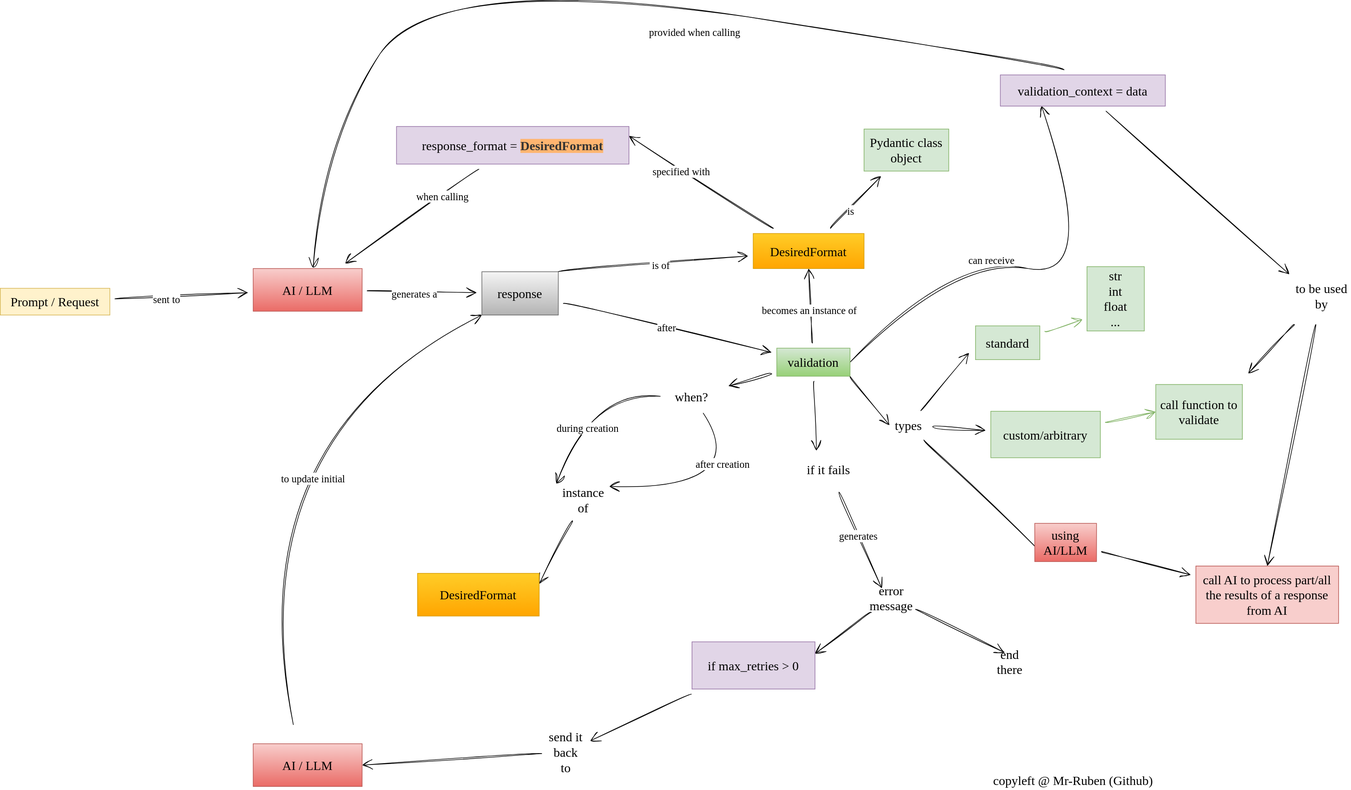
This is Instructor_Python_library_with_Pydantic_and_OpenAI.drawio.svg from Mr-Ruben/public, a draw.io export, as it was before one commit. Source tidied: cells renumbered, new cells last; positions are measured from the earlier drawing's top-left corner, leaving out a move shared by most shapes.
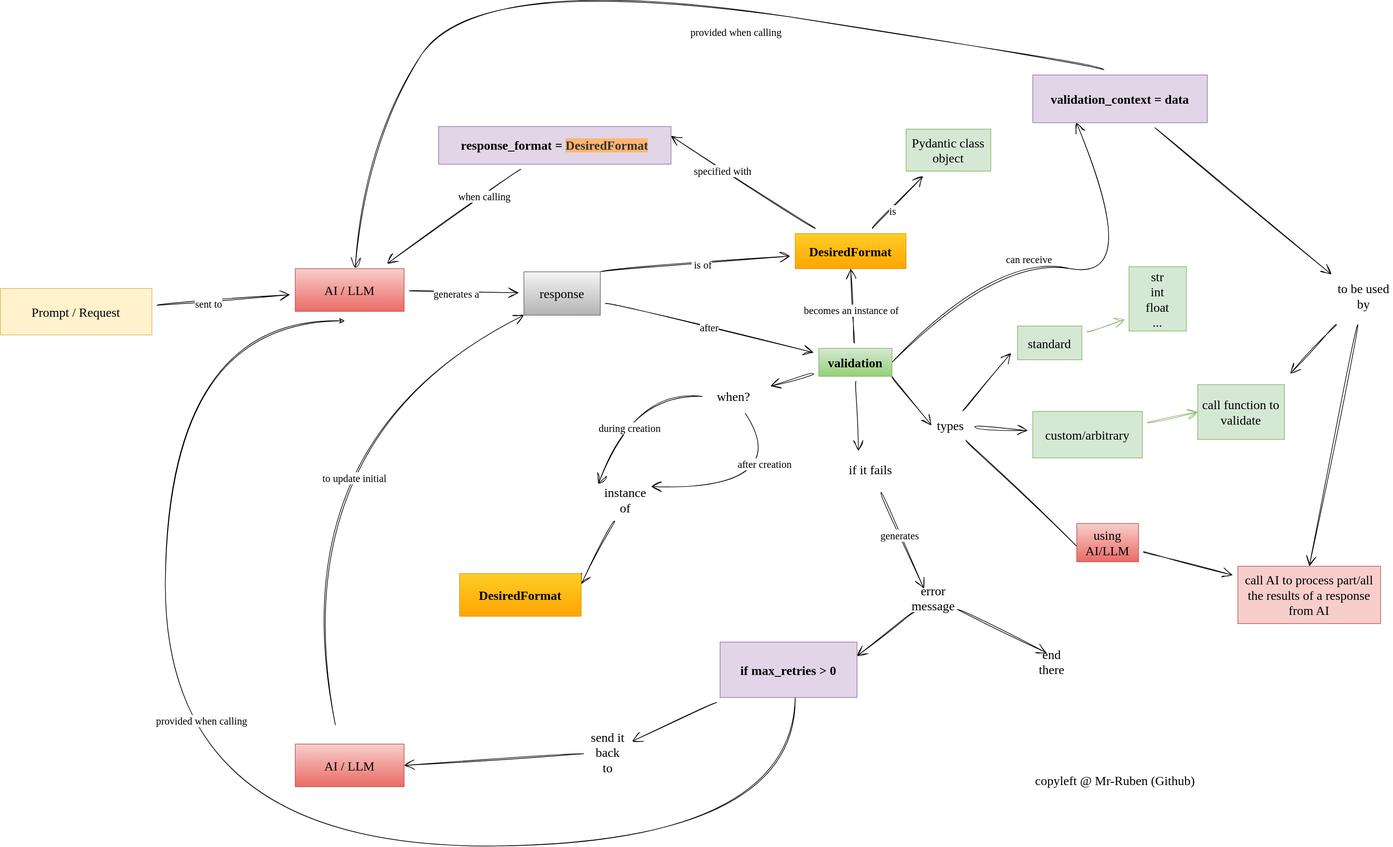
The same file after the commit.

Change to the diagram source:
```diff
@@ -9,7 +9,7 @@
       <mxGeometry x="-0.24" y="-4" relative="1" as="geometry" />
     </mxCell>
     <mxCell id="4" value="Prompt / Request" style="text;strokeColor=#d6b656;align=center;fillColor=#fff2cc;html=1;verticalAlign=middle;whiteSpace=wrap;rounded=0;fontSize=20;fontFamily=Architects Daughter;fontSource=https%3A%2F%2Ffonts.googleapis.com%2Fcss%3Ffamily%3DArchitects%2BDaughter;" parent="1" vertex="1">
-      <mxGeometry y="499" width="172" height="42" as="geometry" />
+      <mxGeometry x="-66" y="499" width="238" height="73" as="geometry" />
     </mxCell>
     <mxCell id="5" style="edgeStyle=none;curved=1;rounded=0;sketch=1;hachureGap=4;jiggle=2;curveFitting=1;jettySize=auto;html=1;fontFamily=Architects Daughter;fontSource=https%3A%2F%2Ffonts.googleapis.com%2Fcss%3Ffamily%3DArchitects%2BDaughter;fontSize=16;startSize=14;endArrow=open;endSize=14;sourcePerimeterSpacing=8;targetPerimeterSpacing=8;" parent="1" edge="1" source="7" target="11">
       <mxGeometry relative="1" as="geometry" />
@@ -59,7 +59,7 @@
         <mxPoint x="-1" as="offset" />
       </mxGeometry>
     </mxCell>
-    <mxCell id="18" value="DesiredFormat" style="text;strokeColor=#d79b00;align=center;fillColor=#ffcd28;html=1;verticalAlign=middle;whiteSpace=wrap;rounded=0;fontSize=20;fontFamily=Architects Daughter;fontSource=https%3A%2F%2Ffonts.googleapis.com%2Fcss%3Ffamily%3DArchitects%2BDaughter;gradientColor=#ffa500;" parent="1" vertex="1">
+    <mxCell id="18" value="DesiredFormat" style="text;strokeColor=#d79b00;align=center;fillColor=#ffcd28;html=1;verticalAlign=middle;whiteSpace=wrap;rounded=0;fontSize=20;fontFamily=Architects Daughter;fontSource=https%3A%2F%2Ffonts.googleapis.com%2Fcss%3Ffamily%3DArchitects%2BDaughter;gradientColor=#ffa500;fontStyle=1;" parent="1" vertex="1">
       <mxGeometry x="1182" y="413" width="174" height="55" as="geometry" />
     </mxCell>
     <mxCell id="19" style="edgeStyle=none;curved=1;rounded=0;sketch=1;hachureGap=4;jiggle=2;curveFitting=1;jettySize=auto;html=1;entryX=0.5;entryY=1;entryDx=0;entryDy=0;fontFamily=Architects Daughter;fontSource=https%3A%2F%2Ffonts.googleapis.com%2Fcss%3Ffamily%3DArchitects%2BDaughter;fontSize=16;startSize=14;endArrow=open;endSize=14;sourcePerimeterSpacing=8;targetPerimeterSpacing=8;" parent="1" edge="1" source="24" target="18">
@@ -77,7 +77,7 @@
     <mxCell id="23" style="edgeStyle=none;curved=1;rounded=0;sketch=1;hachureGap=4;jiggle=2;curveFitting=1;jettySize=auto;html=1;entryX=0;entryY=0.5;entryDx=0;entryDy=0;fontFamily=Architects Daughter;fontSource=https%3A%2F%2Ffonts.googleapis.com%2Fcss%3Ffamily%3DArchitects%2BDaughter;fontSize=16;startSize=14;endArrow=open;endSize=14;sourcePerimeterSpacing=8;targetPerimeterSpacing=8;exitX=1;exitY=1;exitDx=0;exitDy=0;" parent="1" edge="1" source="24" target="46">
       <mxGeometry relative="1" as="geometry" />
     </mxCell>
-    <mxCell id="24" value="validation" style="text;strokeColor=#82b366;align=center;fillColor=#d5e8d4;html=1;verticalAlign=middle;whiteSpace=wrap;rounded=0;fontSize=20;fontFamily=Architects Daughter;fontSource=https%3A%2F%2Ffonts.googleapis.com%2Fcss%3Ffamily%3DArchitects%2BDaughter;gradientColor=#97d077;" parent="1" vertex="1">
+    <mxCell id="24" value="validation" style="text;strokeColor=#82b366;align=center;fillColor=#d5e8d4;html=1;verticalAlign=middle;whiteSpace=wrap;rounded=0;fontSize=20;fontFamily=Architects Daughter;fontSource=https%3A%2F%2Ffonts.googleapis.com%2Fcss%3Ffamily%3DArchitects%2BDaughter;gradientColor=#97d077;fontStyle=1;" parent="1" vertex="1">
       <mxGeometry x="1219" y="593" width="115" height="44" as="geometry" />
     </mxCell>
     <mxCell id="25" style="edgeStyle=none;curved=1;rounded=0;sketch=1;hachureGap=4;jiggle=2;curveFitting=1;jettySize=auto;html=1;fontFamily=Architects Daughter;fontSource=https%3A%2F%2Ffonts.googleapis.com%2Fcss%3Ffamily%3DArchitects%2BDaughter;fontSize=16;startSize=14;endArrow=open;endSize=14;sourcePerimeterSpacing=8;targetPerimeterSpacing=8;entryX=0;entryY=0;entryDx=0;entryDy=0;exitX=0;exitY=0.5;exitDx=0;exitDy=0;" parent="1" edge="1" source="29" target="31">
@@ -114,7 +114,7 @@
     <mxCell id="31" value="instance of" style="text;strokeColor=none;align=center;fillColor=none;html=1;verticalAlign=middle;whiteSpace=wrap;rounded=0;fontSize=20;fontFamily=Architects Daughter;fontSource=https%3A%2F%2Ffonts.googleapis.com%2Fcss%3Ffamily%3DArchitects%2BDaughter;" parent="1" vertex="1">
       <mxGeometry x="873" y="806" width="85" height="50" as="geometry" />
     </mxCell>
-    <mxCell id="32" value="DesiredFormat" style="text;strokeColor=#d79b00;align=center;fillColor=#ffcd28;html=1;verticalAlign=middle;whiteSpace=wrap;rounded=0;fontSize=20;fontFamily=Architects Daughter;fontSource=https%3A%2F%2Ffonts.googleapis.com%2Fcss%3Ffamily%3DArchitects%2BDaughter;gradientColor=#ffa500;" parent="1" vertex="1">
+    <mxCell id="32" value="DesiredFormat" style="text;strokeColor=#d79b00;align=center;fillColor=#ffcd28;html=1;verticalAlign=middle;whiteSpace=wrap;rounded=0;fontSize=20;fontFamily=Architects Daughter;fontSource=https%3A%2F%2Ffonts.googleapis.com%2Fcss%3Ffamily%3DArchitects%2BDaughter;gradientColor=#ffa500;fontStyle=1;" parent="1" vertex="1">
       <mxGeometry x="655" y="946.5" width="191" height="67" as="geometry" />
     </mxCell>
     <mxCell id="33" style="edgeStyle=none;curved=1;rounded=0;sketch=1;hachureGap=4;jiggle=2;curveFitting=1;jettySize=auto;html=1;entryX=0.25;entryY=0;entryDx=0;entryDy=0;fontFamily=Architects Daughter;fontSource=https%3A%2F%2Ffonts.googleapis.com%2Fcss%3Ffamily%3DArchitects%2BDaughter;fontSize=16;startSize=14;endArrow=open;endSize=14;sourcePerimeterSpacing=8;targetPerimeterSpacing=8;" parent="1" edge="1" source="35" target="37">
@@ -207,7 +207,7 @@
     <mxCell id="59" value="when calling" style="edgeLabel;html=1;align=center;verticalAlign=middle;fontSize=16;sketch=1;hachureGap=4;jiggle=2;curveFitting=1;fontFamily=Architects Daughter;fontSource=https%3A%2F%2Ffonts.googleapis.com%2Fcss%3Ffamily%3DArchitects%2BDaughter;" parent="58" vertex="1">
       <mxGeometry x="-0.44" y="1" relative="1" as="geometry" />
     </mxCell>
-    <mxCell id="60" value="&lt;div&gt;response_format = &lt;span style=&quot;background-color: rgb(255, 181, 112);&quot;&gt;&lt;font color=&quot;#333333&quot;&gt;&lt;b&gt;DesiredFormat&lt;/b&gt;&lt;/font&gt;&lt;/span&gt;&lt;/div&gt;" style="text;strokeColor=#9673a6;align=center;fillColor=#e1d5e7;html=1;verticalAlign=middle;whiteSpace=wrap;rounded=0;fontSize=20;fontFamily=Architects Daughter;fontSource=https%3A%2F%2Ffonts.googleapis.com%2Fcss%3Ffamily%3DArchitects%2BDaughter;" parent="1" vertex="1">
+    <mxCell id="60" value="&lt;div&gt;response_format = &lt;span style=&quot;background-color: rgb(255, 181, 112);&quot;&gt;&lt;font color=&quot;#333333&quot;&gt;&lt;span&gt;DesiredFormat&lt;/span&gt;&lt;/font&gt;&lt;/span&gt;&lt;/div&gt;" style="text;strokeColor=#9673a6;align=center;fillColor=#e1d5e7;html=1;verticalAlign=middle;whiteSpace=wrap;rounded=0;fontSize=20;fontFamily=Architects Daughter;fontSource=https%3A%2F%2Ffonts.googleapis.com%2Fcss%3Ffamily%3DArchitects%2BDaughter;fontStyle=1;" parent="1" vertex="1">
       <mxGeometry x="622" y="245" width="365" height="59" as="geometry" />
     </mxCell>
     <mxCell id="61" style="edgeStyle=none;curved=1;rounded=0;sketch=1;hachureGap=4;jiggle=2;curveFitting=1;jettySize=auto;html=1;fontFamily=Architects Daughter;fontSource=https%3A%2F%2Ffonts.googleapis.com%2Fcss%3Ffamily%3DArchitects%2BDaughter;fontSize=16;startSize=14;endArrow=open;endSize=14;sourcePerimeterSpacing=8;targetPerimeterSpacing=8;" parent="1" edge="1" source="64">
@@ -226,8 +226,8 @@
     <mxCell id="63" style="edgeStyle=none;curved=1;rounded=0;sketch=1;hachureGap=4;jiggle=2;curveFitting=1;jettySize=auto;html=1;entryX=-0.057;entryY=0.054;entryDx=0;entryDy=0;fontFamily=Architects Daughter;fontSource=https%3A%2F%2Ffonts.googleapis.com%2Fcss%3Ffamily%3DArchitects%2BDaughter;fontSize=16;startSize=14;endArrow=open;endSize=14;sourcePerimeterSpacing=8;targetPerimeterSpacing=8;entryPerimeter=0;" parent="1" edge="1" source="64" target="66">
       <mxGeometry relative="1" as="geometry" />
     </mxCell>
-    <mxCell id="64" value="&lt;div&gt;validation_context = data&lt;/div&gt;" style="text;strokeColor=#9673a6;align=center;fillColor=#e1d5e7;html=1;verticalAlign=middle;whiteSpace=wrap;rounded=0;fontSize=20;fontFamily=Architects Daughter;fontSource=https%3A%2F%2Ffonts.googleapis.com%2Fcss%3Ffamily%3DArchitects%2BDaughter;" parent="1" vertex="1">
-      <mxGeometry x="1570" y="164" width="259" height="49" as="geometry" />
+    <mxCell id="64" value="&lt;div&gt;validation_context = data&lt;/div&gt;" style="text;strokeColor=#9673a6;align=center;fillColor=#e1d5e7;html=1;verticalAlign=middle;whiteSpace=wrap;rounded=0;fontSize=20;fontFamily=Architects Daughter;fontSource=https%3A%2F%2Ffonts.googleapis.com%2Fcss%3Ffamily%3DArchitects%2BDaughter;fontStyle=1;" parent="1" vertex="1">
+      <mxGeometry x="1555" y="164" width="274" height="75" as="geometry" />
     </mxCell>
     <mxCell id="65" style="edgeStyle=none;curved=1;rounded=0;sketch=1;hachureGap=4;jiggle=2;curveFitting=1;jettySize=auto;html=1;entryX=0.5;entryY=0;entryDx=0;entryDy=0;fontFamily=Architects Daughter;fontSource=https%3A%2F%2Ffonts.googleapis.com%2Fcss%3Ffamily%3DArchitects%2BDaughter;fontSize=16;startSize=14;endArrow=open;endSize=14;sourcePerimeterSpacing=8;targetPerimeterSpacing=8;" parent="1" edge="1" source="66" target="56">
       <mxGeometry relative="1" as="geometry" />
@@ -241,8 +241,21 @@
     <mxCell id="68" style="edgeStyle=none;curved=1;rounded=0;sketch=1;hachureGap=4;jiggle=2;curveFitting=1;jettySize=auto;html=1;fontFamily=Architects Daughter;fontSource=https%3A%2F%2Ffonts.googleapis.com%2Fcss%3Ffamily%3DArchitects%2BDaughter;fontSize=16;startSize=14;endArrow=open;endSize=14;sourcePerimeterSpacing=8;targetPerimeterSpacing=8;" parent="1" edge="1" source="69" target="40">
       <mxGeometry relative="1" as="geometry" />
     </mxCell>
+    <mxCell id="72" style="edgeStyle=orthogonalEdgeStyle;rounded=0;jettySize=auto;html=1;curved=1;sketch=1;curveFitting=1;jiggle=2;" parent="1" edge="1" source="69">
+      <mxGeometry relative="1" as="geometry">
+        <mxPoint x="474.8" y="549.9" as="targetPoint" />
+        <Array as="points">
+          <mxPoint x="1182" y="1374" />
+          <mxPoint x="193" y="1374" />
+          <mxPoint x="193" y="550" />
+        </Array>
+      </mxGeometry>
+    </mxCell>
+    <mxCell id="73" value="&lt;span style=&quot;font-family: &amp;quot;Architects Daughter&amp;quot;; font-size: 16px;&quot;&gt;provided when calling&lt;/span&gt;" style="edgeLabel;html=1;align=center;verticalAlign=middle;" parent="72" vertex="1">
+      <mxGeometry x="0.22" y="-56" relative="1" as="geometry" />
+    </mxCell>
-    <mxCell id="69" value="if max_retries &amp;gt; 0" style="text;strokeColor=#9673a6;align=center;fillColor=#e1d5e7;html=1;verticalAlign=middle;whiteSpace=wrap;rounded=0;fontSize=20;fontFamily=Architects Daughter;fontSource=https%3A%2F%2Ffonts.googleapis.com%2Fcss%3Ffamily%3DArchitects%2BDaughter;" parent="1" vertex="1">
-      <mxGeometry x="1085.9" y="1054" width="193.1" height="74.1" as="geometry" />
+    <mxCell id="69" value="if max_retries &amp;gt; 0" style="text;strokeColor=#9673a6;align=center;fillColor=#e1d5e7;html=1;verticalAlign=middle;whiteSpace=wrap;rounded=0;fontSize=20;fontFamily=Architects Daughter;fontSource=https%3A%2F%2Ffonts.googleapis.com%2Fcss%3Ffamily%3DArchitects%2BDaughter;fontStyle=1;" parent="1" vertex="1">
+      <mxGeometry x="1064" y="1054" width="215" height="87" as="geometry" />
     </mxCell>
     <mxCell id="70" style="edgeStyle=none;curved=1;rounded=0;sketch=1;hachureGap=4;jiggle=2;curveFitting=1;jettySize=auto;html=1;fontFamily=Architects Daughter;fontSource=https%3A%2F%2Ffonts.googleapis.com%2Fcss%3Ffamily%3DArchitects%2BDaughter;fontSize=16;startSize=14;endArrow=open;endSize=14;sourcePerimeterSpacing=8;targetPerimeterSpacing=8;" parent="1" edge="1" source="46" target="50">
       <mxGeometry relative="1" as="geometry" />
```
